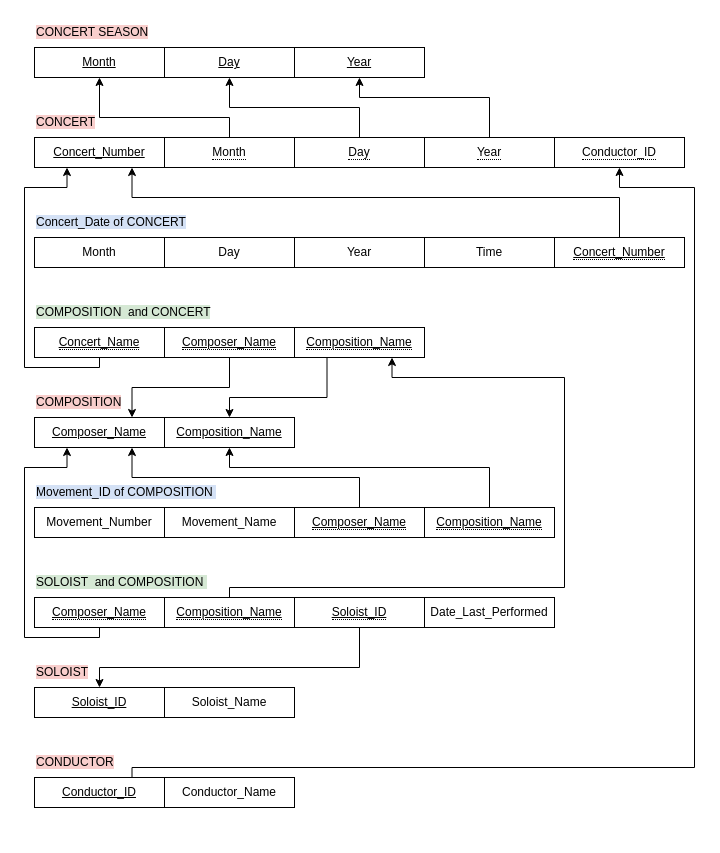
Above: page "交響樂團資料庫2" (2 of 4) of HW2/HW2.drawio in alicejimmy/2022-Bioinformatics-and-Medical-Databases-HW (draw.io), before the change. Source tidied: cells renumbered, new cells numbered last; positions are measured from the earlier drawing's top-left corner, leaving out a move shared by most shapes. Both pictures are drawn from the tidied source at 100%, with x=0, y=0 at pixel (24, 17).
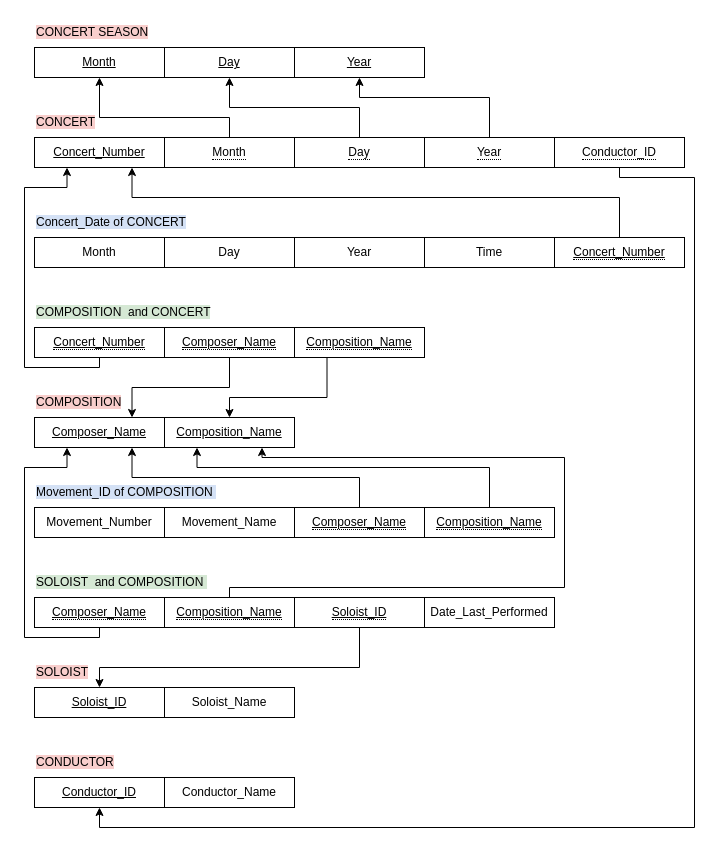
Above is the later version.

Unchanged cells that the change refers to:
```xml
<mxCell id="17" value="&lt;u&gt;Conductor_ID&lt;/u&gt;" style="whiteSpace=wrap;html=1;align=center;" parent="1" vertex="1">
  <mxGeometry x="10" y="760" width="130" height="30" as="geometry" />
</mxCell>
<mxCell id="21" value="&lt;u&gt;Composition_Name&lt;/u&gt;" style="whiteSpace=wrap;html=1;align=center;" parent="1" vertex="1">
  <mxGeometry x="140" y="400" width="130" height="30" as="geometry" />
</mxCell>
<mxCell id="28" value="&lt;span style=&quot;border-bottom: 1px dotted&quot;&gt;&lt;u&gt;Composition_Name&lt;/u&gt;&lt;/span&gt;" style="whiteSpace=wrap;html=1;align=center;" parent="1" vertex="1">
  <mxGeometry x="400" y="490" width="130" height="30" as="geometry" />
</mxCell>
<mxCell id="38" value="&lt;span style=&quot;border-bottom: 1px dotted&quot;&gt;Conductor_ID&lt;/span&gt;" style="whiteSpace=wrap;html=1;align=center;" parent="1" vertex="1">
  <mxGeometry x="530" y="120" width="130" height="30" as="geometry" />
</mxCell>
<mxCell id="45" value="&lt;span style=&quot;border-bottom: 1px dotted&quot;&gt;&lt;u&gt;Composition_Name&lt;/u&gt;&lt;/span&gt;" style="whiteSpace=wrap;html=1;align=center;" parent="1" vertex="1">
  <mxGeometry x="270" y="310" width="130" height="30" as="geometry" />
</mxCell>
<mxCell id="52" value="&lt;span style=&quot;border-bottom: 1px dotted&quot;&gt;&lt;u&gt;Composition_Name&lt;/u&gt;&lt;/span&gt;" style="whiteSpace=wrap;html=1;align=center;" parent="1" vertex="1">
  <mxGeometry x="140" y="580" width="130" height="30" as="geometry" />
</mxCell>
```

Change to the diagram source:
```diff
@@
-    <mxCell id="16" style="edgeStyle=orthogonalEdgeStyle;rounded=0;jettySize=auto;html=1;exitX=0.75;exitY=0;exitDx=0;exitDy=0;entryX=0.5;entryY=1;entryDx=0;entryDy=0;elbow=vertical;" parent="1" edge="1" source="17" target="38">
-      <mxGeometry relative="1" as="geometry">
-        <Array as="points">
-          <mxPoint x="107" y="750" />
-          <mxPoint x="670" y="750" />
-          <mxPoint x="670" y="170" />
-          <mxPoint x="595" y="170" />
-        </Array>
-      </mxGeometry>
-    </mxCell>
@@
-    <mxCell id="27" style="edgeStyle=orthogonalEdgeStyle;rounded=0;jettySize=auto;html=1;exitX=0.5;exitY=0;exitDx=0;exitDy=0;entryX=0.5;entryY=1;entryDx=0;entryDy=0;elbow=vertical;" parent="1" edge="1" source="28" target="21">
+    <mxCell id="27" style="edgeStyle=orthogonalEdgeStyle;rounded=0;jettySize=auto;html=1;exitX=0.5;exitY=0;exitDx=0;exitDy=0;entryX=0.25;entryY=1;entryDx=0;entryDy=0;elbow=vertical;" parent="1" edge="1" source="28" target="21">
       <mxGeometry relative="1" as="geometry">
         <Array as="points">
           <mxPoint x="465" y="450" />
-          <mxPoint x="205" y="450" />
+          <mxPoint x="173" y="450" />
         </Array>
       </mxGeometry>
     </mxCell>
@@
+    <mxCell id="54" style="edgeStyle=orthogonalEdgeStyle;rounded=0;jettySize=auto;html=1;exitX=0.5;exitY=1;exitDx=0;exitDy=0;entryX=0.5;entryY=1;entryDx=0;entryDy=0;" parent="1" edge="1" source="38" target="17">
+      <mxGeometry relative="1" as="geometry">
+        <Array as="points">
+          <mxPoint x="595" y="160" />
+          <mxPoint x="670" y="160" />
+          <mxPoint x="670" y="810" />
+          <mxPoint x="75" y="810" />
+        </Array>
+      </mxGeometry>
+    </mxCell>
@@
-    <mxCell id="41" value="&lt;span style=&quot;border-bottom: 1px dotted&quot;&gt;&lt;u&gt;Concert_Name&lt;/u&gt;&lt;/span&gt;" style="whiteSpace=wrap;html=1;align=center;" parent="1" vertex="1">
+    <mxCell id="41" value="&lt;span style=&quot;border-bottom: 1px dotted&quot;&gt;&lt;u&gt;Concert_Number&lt;/u&gt;&lt;/span&gt;" style="whiteSpace=wrap;html=1;align=center;" parent="1" vertex="1">
       <mxGeometry x="10" y="310" width="130" height="30" as="geometry" />
     </mxCell>
@@
-    <mxCell id="51" style="edgeStyle=orthogonalEdgeStyle;rounded=0;jettySize=auto;html=1;exitX=0.5;exitY=0;exitDx=0;exitDy=0;entryX=0.75;entryY=1;entryDx=0;entryDy=0;elbow=vertical;" parent="1" edge="1" source="52" target="45">
+    <mxCell id="51" style="edgeStyle=orthogonalEdgeStyle;rounded=0;jettySize=auto;html=1;exitX=0.5;exitY=0;exitDx=0;exitDy=0;entryX=0.75;entryY=1;entryDx=0;entryDy=0;elbow=vertical;" parent="1" edge="1" source="52" target="21">
       <mxGeometry relative="1" as="geometry">
         <Array as="points">
           <mxPoint x="205" y="570" />
           <mxPoint x="540" y="570" />
-          <mxPoint x="540" y="360" />
-          <mxPoint x="368" y="360" />
+          <mxPoint x="540" y="440" />
+          <mxPoint x="238" y="440" />
         </Array>
       </mxGeometry>
     </mxCell>
```
